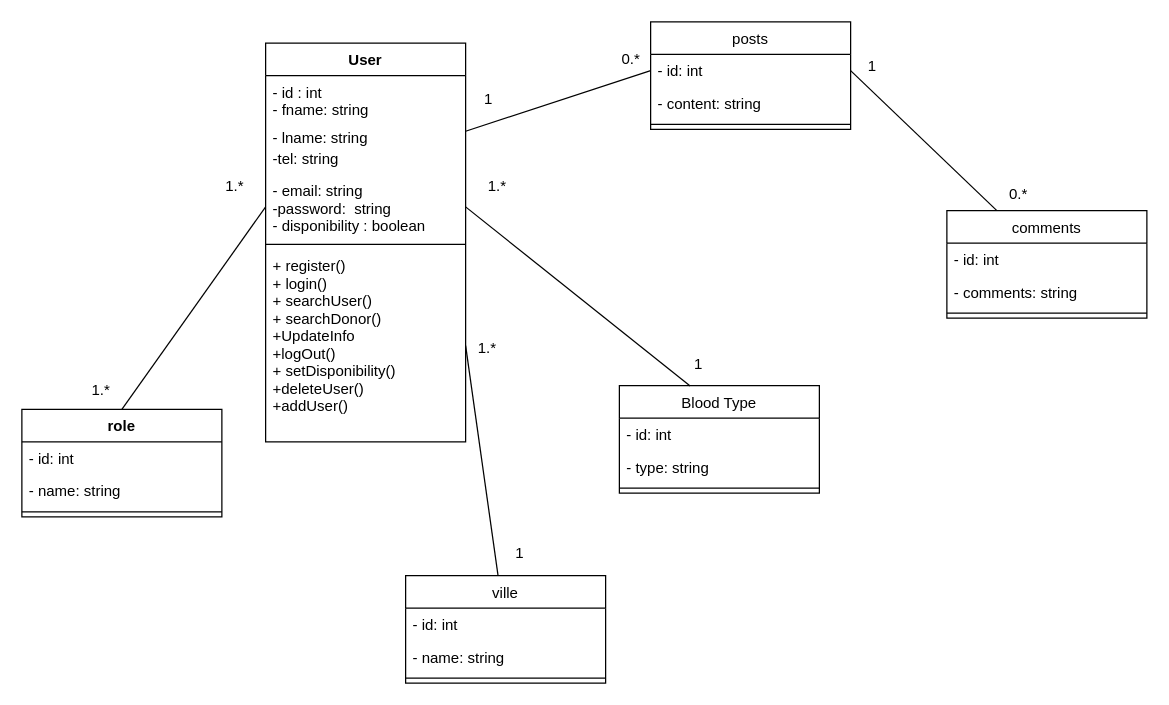
Above: conception/diagramclass.drawio in MaryemKhaoua/YouSave (draw.io), before the change. Source tidied: cells renumbered, new cells numbered last; positions are measured from the earlier drawing's top-left corner, leaving out a move shared by most shapes. Both pictures are drawn from the tidied source at 125%, with x=0, y=0 at pixel (21, 21).
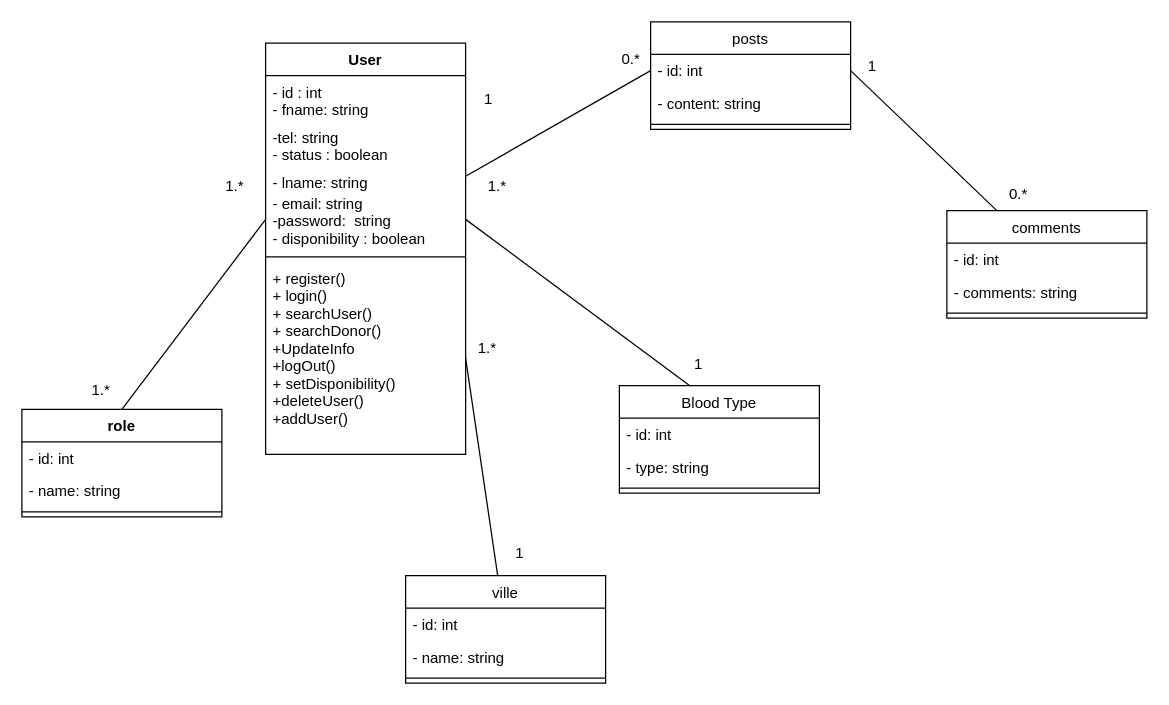
The same diagram, later.

Change to the diagram source:
```diff
@@
     <mxCell id="2" value="User" style="swimlane;fontStyle=1;align=center;verticalAlign=top;horizontal=1;startSize=26;" parent="1" vertex="1">
-      <mxGeometry x="195" y="17" width="160" height="319" as="geometry" />
+      <mxGeometry x="195" y="17" width="160" height="329" as="geometry" />
     </mxCell>
@@
+    <mxCell id="5" value="-tel: string&#10;- status : boolean" style="text;strokeColor=none;fillColor=none;align=left;verticalAlign=top;spacingLeft=4;spacingRight=4;overflow=hidden;" parent="2" vertex="1">
+      <mxGeometry y="62" width="160" height="36" as="geometry" />
+    </mxCell>
     <mxCell id="4" value="- lname: string" style="text;strokeColor=none;fillColor=none;align=left;verticalAlign=top;spacingLeft=4;spacingRight=4;overflow=hidden;points=[[0,0.5],[1,0.5]];portConstraint=eastwest;" parent="2" vertex="1">
-      <mxGeometry y="62" width="160" height="17" as="geometry" />
+      <mxGeometry y="98" width="160" height="17" as="geometry" />
     </mxCell>
-    <mxCell id="5" value="-tel: string" style="text;strokeColor=none;fillColor=none;align=left;verticalAlign=top;spacingLeft=4;spacingRight=4;overflow=hidden;" parent="2" vertex="1">
-      <mxGeometry y="79" width="160" height="26" as="geometry" />
-    </mxCell>
     <mxCell id="6" value="- email: string&#10;-password:  string&#10;- disponibility : boolean" style="text;strokeColor=none;fillColor=none;align=left;verticalAlign=top;spacingLeft=4;spacingRight=4;overflow=hidden;points=[[0,0.5],[1,0.5]];portConstraint=eastwest;" parent="2" vertex="1">
-      <mxGeometry y="105" width="160" height="52" as="geometry" />
+      <mxGeometry y="115" width="160" height="52" as="geometry" />
     </mxCell>
     <mxCell id="7" style="line;strokeWidth=1;fillColor=none;align=left;verticalAlign=middle;spacingTop=-1;spacingLeft=3;spacingRight=3;labelPosition=right;strokeColor=inherit;" parent="2" vertex="1">
-      <mxGeometry y="157" width="160" height="8" as="geometry" />
+      <mxGeometry y="167" width="160" height="8" as="geometry" />
     </mxCell>
     <mxCell id="8" value="+ register()&#10;+ login()&#10;+ searchUser()&#10;+ searchDonor()&#10;+UpdateInfo&#10;+logOut()&#10;+ setDisponibility()&#10;+deleteUser()&#10;+addUser()&#10;" style="text;strokeColor=none;fillColor=none;align=left;verticalAlign=top;spacingLeft=4;spacingRight=4;overflow=hidden;points=[[0,0.5],[1,0.5]];portConstraint=eastwest;" parent="2" vertex="1">
-      <mxGeometry y="165" width="160" height="154" as="geometry" />
+      <mxGeometry y="175" width="160" height="154" as="geometry" />
     </mxCell>
```
